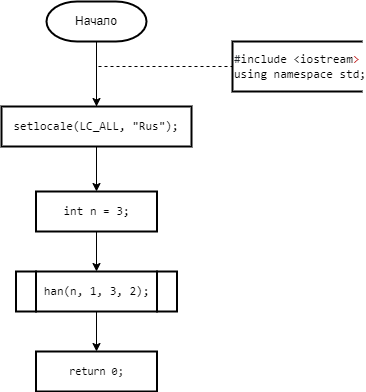
IlyaFedoseev227/LABS-PNRPU-IVT-22-1b keeps this draw.io diagram as 2 Семестр/Labs/3 Лаба(Ханойские башни)/Ханойские башни.png. Above is the earlier version. Source tidied: cells renumbered, new cells last; positions are measured from the earlier drawing's top-left corner, leaving out a move shared by most shapes.
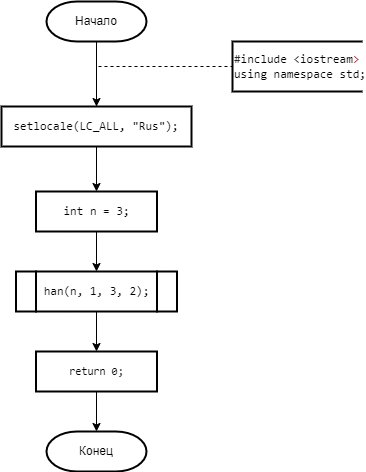
The same diagram one commit later.

Change to the diagram source:
```diff
@@ -38,8 +38,14 @@
     <mxCell id="13" value="&lt;div style=&quot;text-align: start;&quot;&gt;&lt;br&gt;&lt;/div&gt;" style="shape=parallelogram;perimeter=parallelogramPerimeter;whiteSpace=wrap;html=1;fixedSize=1;strokeWidth=2;size=-6;" parent="1" vertex="1">
       <mxGeometry x="14.5" y="270" width="20" height="40" as="geometry" />
     </mxCell>
+    <mxCell id="15" style="edgeStyle=orthogonalEdgeStyle;rounded=0;jettySize=auto;html=1;exitX=0.5;exitY=1;exitDx=0;exitDy=0;entryX=0.5;entryY=0;entryDx=0;entryDy=0;entryPerimeter=0;fontSize=11;" parent="1" edge="1" source="14" target="16">
+      <mxGeometry relative="1" as="geometry" />
+    </mxCell>
     <mxCell id="14" value="&lt;div style=&quot;text-align: start;&quot;&gt;&lt;font face=&quot;ui-monospace, SFMono-Regular, SF Mono, Menlo, Consolas, Liberation Mono, monospace&quot;&gt;return 0;&lt;/font&gt;&lt;br&gt;&lt;/div&gt;" style="shape=parallelogram;perimeter=parallelogramPerimeter;whiteSpace=wrap;html=1;fixedSize=1;strokeWidth=2;size=-6;fontSize=11;" parent="1" vertex="1">
       <mxGeometry x="34.5" y="350" width="121" height="40" as="geometry" />
     </mxCell>
+    <mxCell id="16" value="Конец" style="strokeWidth=2;html=1;shape=mxgraph.flowchart.terminator;whiteSpace=wrap;" parent="1" vertex="1">
+      <mxGeometry x="45" y="430" width="100" height="40" as="geometry" />
+    </mxCell>
   </root>
 </mxGraphModel>
```
